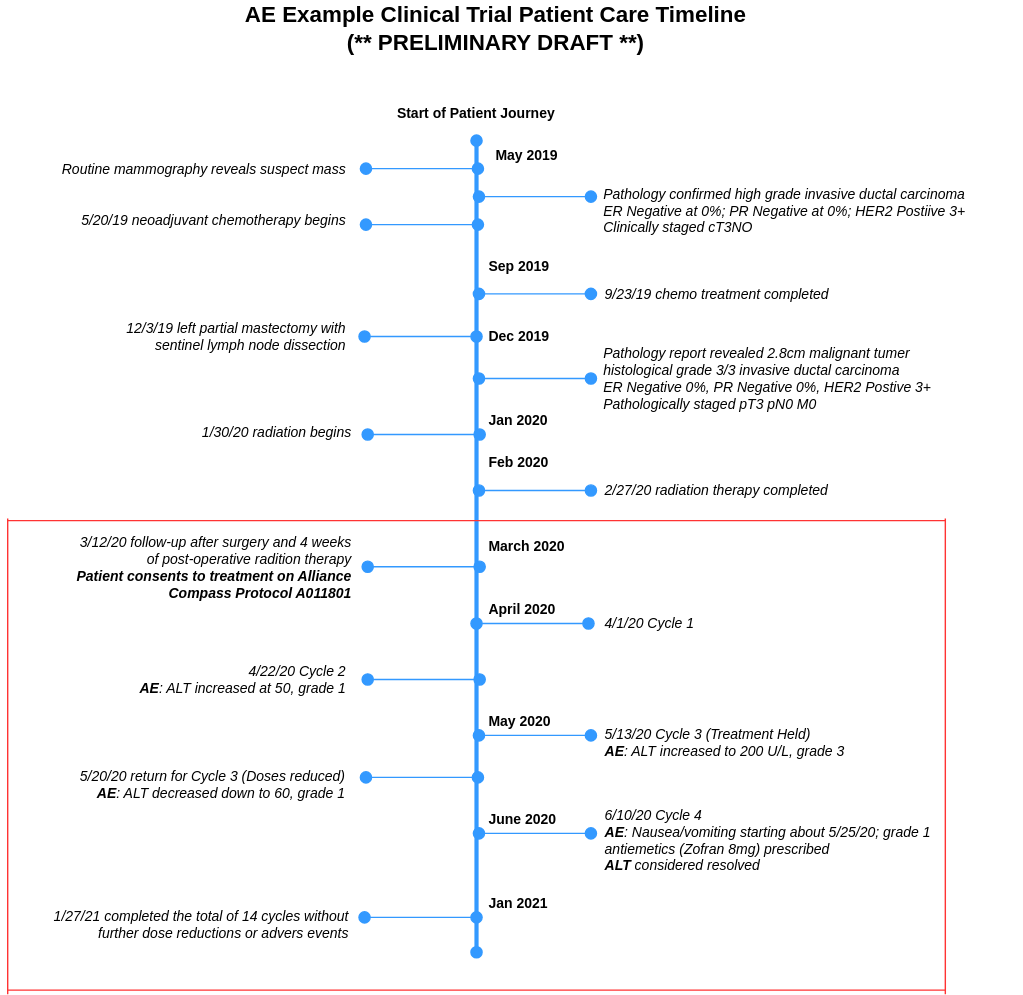
This is input/images/AE-mCODE-ClinicalTrial-PersonaTimeline.svg from standardhealth/fsh-ae, a draw.io export, as it was before one commit. Source tidied: cells renumbered, new cells last; positions are measured from the earlier drawing's top-left corner, leaving out a move shared by most shapes.
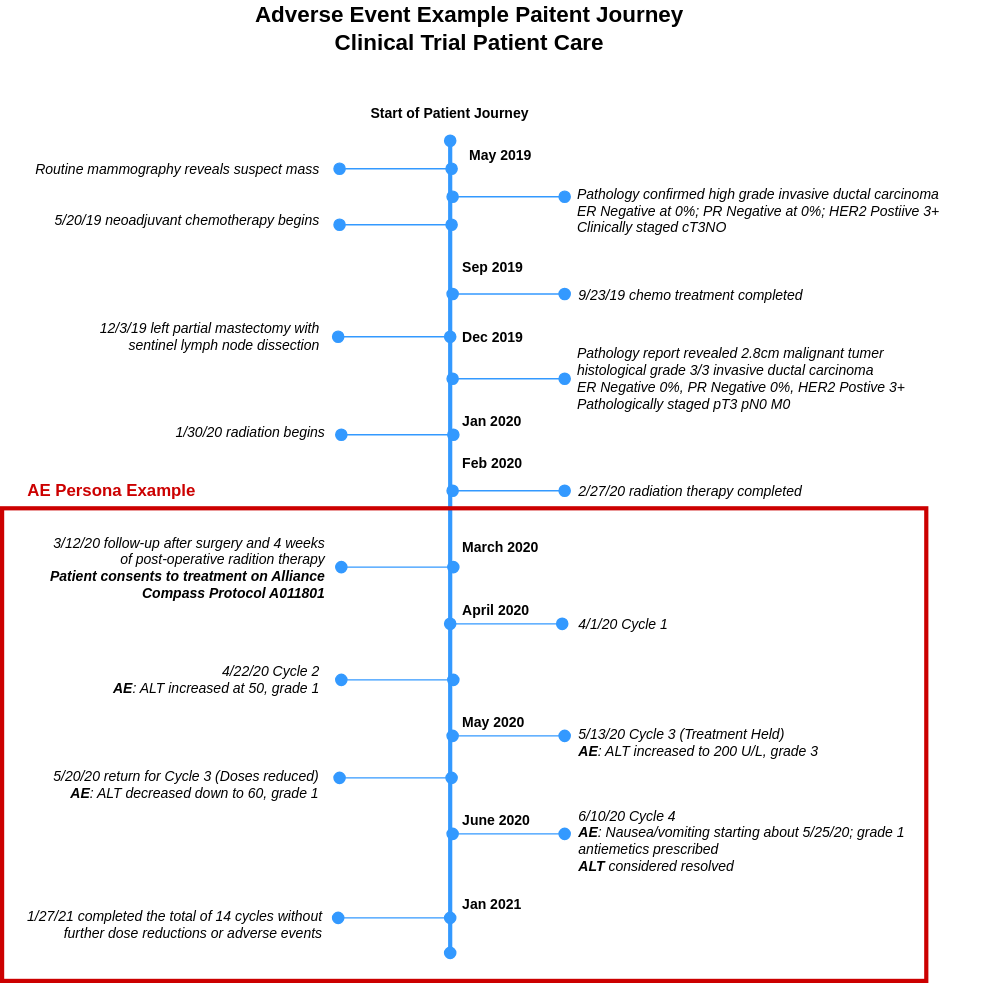
Above is the later version.

Commit message:
Fixed Persona1 Bundle

Persona1 Bundle renders, except for AEs.

Diff of the diagram source:
```diff
@@ -8,7 +8,7 @@
         <mxPoint x="340" y="100" as="targetPoint" />
       </mxGeometry>
     </mxCell>
-    <mxCell id="3" value="AE Example Clinical Trial Patient Care Timeline&lt;br&gt;(** PRELIMINARY DRAFT **)" style="text;html=1;strokeColor=none;fillColor=none;align=center;verticalAlign=middle;whiteSpace=wrap;rounded=0;fontSize=16;fontStyle=1;" parent="1" vertex="1">
+    <mxCell id="3" value="Adverse Event Example Paitent Journey&lt;br&gt;Clinical Trial Patient Care" style="text;html=1;strokeColor=none;fillColor=none;align=center;verticalAlign=middle;whiteSpace=wrap;rounded=0;fontSize=16;fontStyle=1;" parent="1" vertex="1">
       <mxGeometry x="149" width="410" height="40" as="geometry" />
     </mxCell>
     <mxCell id="4" value="Start of Patient Journey" style="text;html=1;strokeColor=none;fillColor=none;align=center;verticalAlign=middle;whiteSpace=wrap;rounded=0;fontSize=10;fontStyle=1;" parent="1" vertex="1">
@@ -50,7 +50,7 @@
     <mxCell id="13" value="&lt;div style=&quot;text-align: right&quot;&gt;&lt;span&gt;5/20/20 return for Cycle 3 (Doses reduced)&lt;/span&gt;&lt;/div&gt;&lt;div style=&quot;text-align: right&quot;&gt;&lt;b&gt;AE&lt;/b&gt;&lt;span&gt;: ALT decreased down to 60,&amp;nbsp;&lt;/span&gt;&lt;span&gt;grade 1&lt;/span&gt;&lt;/div&gt;" style="text;html=1;strokeColor=none;fillColor=none;align=left;verticalAlign=middle;whiteSpace=wrap;rounded=0;fontStyle=2;fontSize=10;" parent="1" vertex="1">
       <mxGeometry x="55" y="545" width="198" height="30" as="geometry" />
     </mxCell>
-    <mxCell id="14" value="6/10/20 Cycle 4&lt;br&gt;&lt;b&gt;AE&lt;/b&gt;: Nausea/vomiting starting about 5/25/20; grade 1&lt;br&gt;antiemetics (Zofran 8mg) prescribed&lt;br&gt;&lt;b&gt;ALT&lt;/b&gt; considered resolved&lt;span&gt;&lt;br&gt;&lt;/span&gt;" style="text;html=1;strokeColor=none;fillColor=none;align=left;verticalAlign=middle;whiteSpace=wrap;rounded=0;fontStyle=2;fontSize=10;" parent="1" vertex="1">
+    <mxCell id="14" value="6/10/20 Cycle 4&lt;br&gt;&lt;b&gt;AE&lt;/b&gt;: Nausea/vomiting starting about 5/25/20; grade 1&lt;br&gt;antiemetics prescribed&lt;br&gt;&lt;b&gt;ALT&lt;/b&gt; considered resolved&lt;span&gt;&lt;br&gt;&lt;/span&gt;" style="text;html=1;strokeColor=none;fillColor=none;align=left;verticalAlign=middle;whiteSpace=wrap;rounded=0;fontStyle=2;fontSize=10;" parent="1" vertex="1">
       <mxGeometry x="430" y="575" width="300" height="50" as="geometry" />
     </mxCell>
     <mxCell id="15" style="endArrow=oval;html=1;strokeColor=#3399FF;strokeWidth=1;endFill=1;startArrow=oval;startFill=1;endSize=8;startSize=8;" parent="1" edge="1">
@@ -167,7 +167,7 @@
     <mxCell id="41" value="2/27/20 radiation therapy completed" style="text;html=1;strokeColor=none;fillColor=none;align=left;verticalAlign=middle;whiteSpace=wrap;rounded=0;fontStyle=2;fontSize=10;" parent="1" vertex="1">
       <mxGeometry x="430" y="340" width="181" height="20" as="geometry" />
     </mxCell>
-    <mxCell id="42" value="&lt;div style=&quot;text-align: right&quot;&gt;1/27/21 completed the total of 14 cycles without further dose reductions or advers events&lt;/div&gt;" style="text;html=1;strokeColor=none;fillColor=none;align=left;verticalAlign=middle;whiteSpace=wrap;rounded=0;fontStyle=2;fontSize=10;" parent="1" vertex="1">
+    <mxCell id="42" value="&lt;div style=&quot;text-align: right&quot;&gt;1/27/21 completed the total of 14 cycles without further dose reductions or adverse events&lt;/div&gt;" style="text;html=1;strokeColor=none;fillColor=none;align=left;verticalAlign=middle;whiteSpace=wrap;rounded=0;fontStyle=2;fontSize=10;" parent="1" vertex="1">
       <mxGeometry x="30" y="645" width="219" height="30" as="geometry" />
     </mxCell>
     <mxCell id="43" value="Jan 2021" style="text;html=1;strokeColor=none;fillColor=none;align=left;verticalAlign=middle;whiteSpace=wrap;rounded=0;fontSize=10;fontStyle=1;" parent="1" vertex="1">
@@ -179,17 +179,11 @@
         <mxPoint x="260" y="655" as="targetPoint" />
       </mxGeometry>
     </mxCell>
-    <mxCell id="45" style="line;strokeWidth=1;direction=south;html=1;strokeColor=#FF3333;" parent="1" vertex="1">
-      <mxGeometry y="370" width="10" height="340" as="geometry" />
-    </mxCell>
-    <mxCell id="46" style="line;strokeWidth=1;direction=south;html=1;strokeColor=#FF3333;" parent="1" vertex="1">
-      <mxGeometry x="670" y="370" width="10" height="340" as="geometry" />
-    </mxCell>
-    <mxCell id="47" style="line;strokeWidth=1;html=1;strokeColor=#FF3333;" parent="1" vertex="1">
-      <mxGeometry x="5" y="370" width="670" height="3" as="geometry" />
-    </mxCell>
-    <mxCell id="48" style="line;strokeWidth=1;html=1;strokeColor=#FF3333;" parent="1" vertex="1">
-      <mxGeometry x="5" y="704" width="670" height="6" as="geometry" />
-    </mxCell>
+    <mxCell id="49" value="&lt;font size=&quot;1&quot; color=&quot;#cc0000&quot;&gt;&lt;b style=&quot;font-size: 12px&quot;&gt;AE Persona Example&lt;/b&gt;&lt;/font&gt;" style="text;html=1;strokeColor=none;fillColor=none;align=center;verticalAlign=middle;whiteSpace=wrap;rounded=0;" parent="1" vertex="1">
+      <mxGeometry x="20" y="337.5" width="157" height="25" as="geometry" />
+    </mxCell>
+    <mxCell id="50" style="rounded=0;whiteSpace=wrap;html=1;fillColor=none;strokeWidth=3;strokeColor=#CC0000;" parent="1" vertex="1">
+      <mxGeometry x="20" y="362.5" width="660" height="337.5" as="geometry" />
+    </mxCell>
   </root>
 </mxGraphModel>
```
